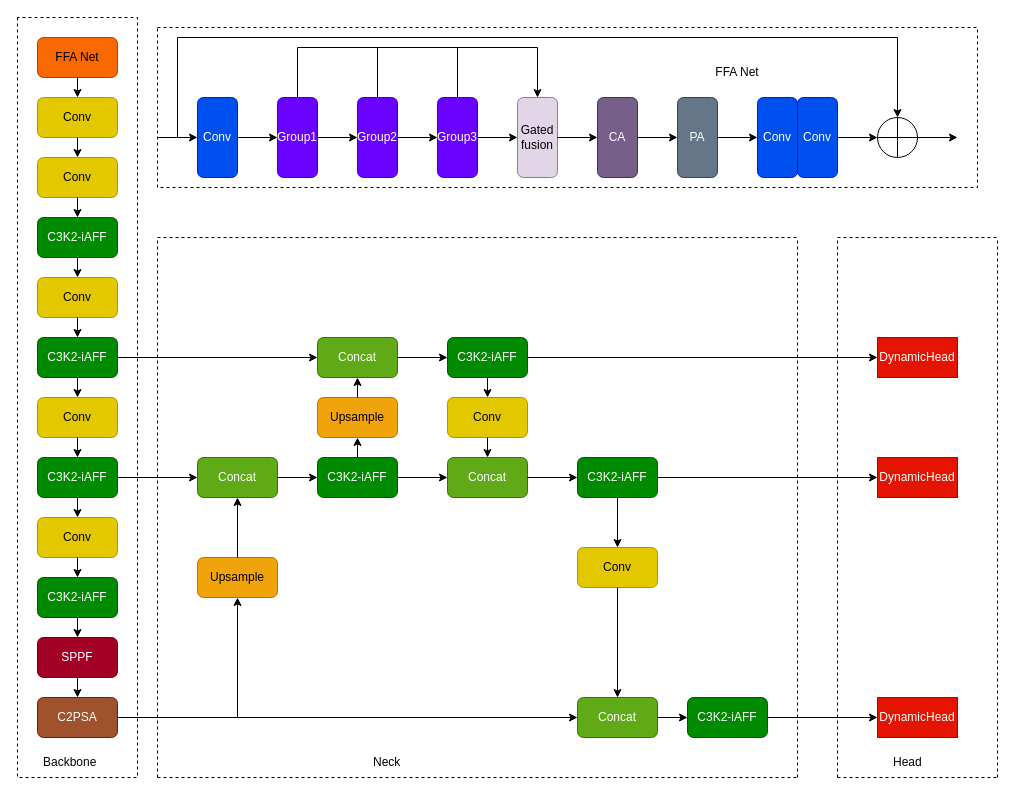
lgq622/long keeps this draw.io diagram as WFD-yolo11.drawio. Above is the earlier version. Source tidied: cells renumbered, new cells numbered last; positions are measured from the earlier drawing's top-left corner, leaving out a move shared by most shapes. Both pictures are drawn from the tidied source at 100%, with x=0, y=0 at pixel (17, 17).
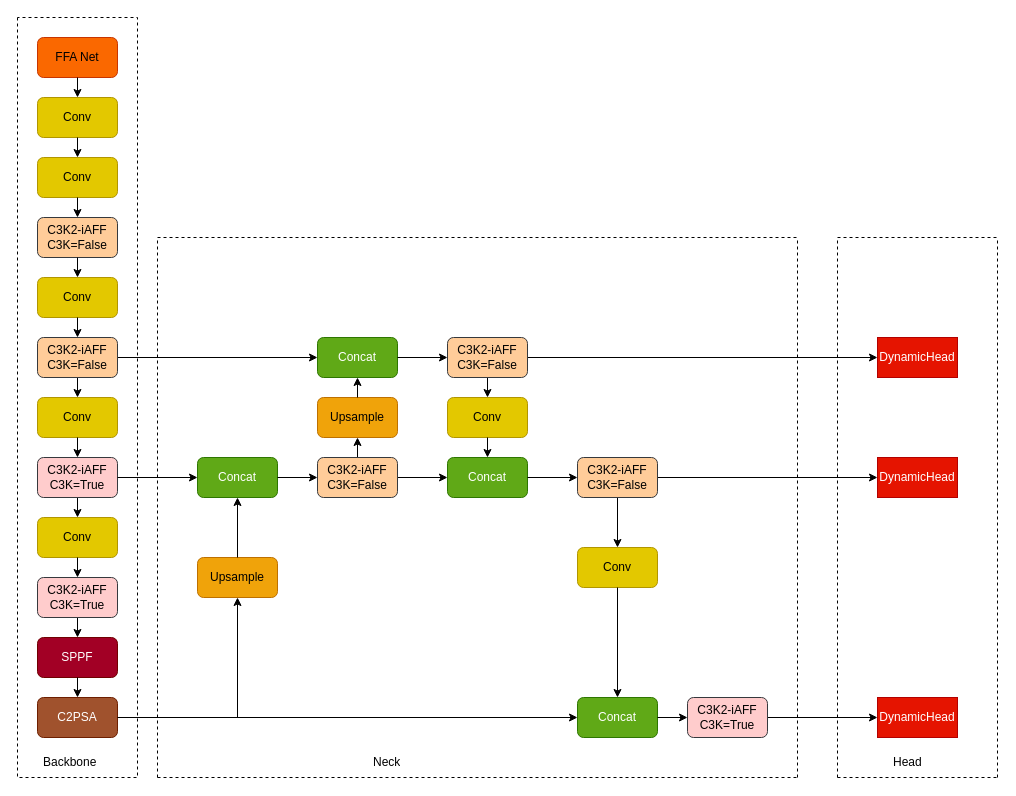
After the change.

The change refers to these unchanged cells:
```xml
<mxCell id="25" value="Concat" style="rounded=1;whiteSpace=wrap;html=1;fillColor=#60a917;fontColor=#ffffff;strokeColor=#2D7600;" parent="1" vertex="1">
  <mxGeometry x="560" y="680" width="80" height="40" as="geometry" />
</mxCell>
<mxCell id="30" value="Concat" style="rounded=1;whiteSpace=wrap;html=1;fillColor=#60a917;fontColor=#ffffff;strokeColor=#2D7600;" parent="1" vertex="1">
  <mxGeometry x="180" y="440" width="80" height="40" as="geometry" />
</mxCell>
<mxCell id="35" value="Upsample" style="rounded=1;whiteSpace=wrap;html=1;fillColor=#f0a30a;fontColor=#000000;strokeColor=#BD7000;" parent="1" vertex="1">
  <mxGeometry x="300" y="380" width="80" height="40" as="geometry" />
</mxCell>
<mxCell id="36" value="Concat" style="rounded=1;whiteSpace=wrap;html=1;fillColor=#60a917;fontColor=#ffffff;strokeColor=#2D7600;" parent="1" vertex="1">
  <mxGeometry x="300" y="320" width="80" height="40" as="geometry" />
</mxCell>
<mxCell id="39" value="Concat" style="rounded=1;whiteSpace=wrap;html=1;fillColor=#60a917;fontColor=#ffffff;strokeColor=#2D7600;" parent="1" vertex="1">
  <mxGeometry x="430" y="440" width="80" height="40" as="geometry" />
</mxCell>
<mxCell id="42" value="Conv" style="rounded=1;whiteSpace=wrap;html=1;fillColor=#e3c800;strokeColor=#B09500;fontColor=#000000;" parent="1" vertex="1">
  <mxGeometry x="430" y="380" width="80" height="40" as="geometry" />
</mxCell>
<mxCell id="47" value="Conv" style="rounded=1;whiteSpace=wrap;html=1;fillColor=#e3c800;strokeColor=#B09500;fontColor=#000000;" parent="1" vertex="1">
  <mxGeometry x="560" y="530" width="80" height="40" as="geometry" />
</mxCell>
<mxCell id="50" value="DynamicHead" style="rounded=0;whiteSpace=wrap;html=1;fillColor=#e51400;strokeColor=#B20000;fontColor=#ffffff;" parent="1" vertex="1">
  <mxGeometry x="860" y="320" width="80" height="40" as="geometry" />
</mxCell>
<mxCell id="68" value="DynamicHead" style="rounded=0;whiteSpace=wrap;html=1;fillColor=#e51400;strokeColor=#B20000;fontColor=#ffffff;" parent="1" vertex="1">
  <mxGeometry x="860" y="440" width="80" height="40" as="geometry" />
</mxCell>
<mxCell id="69" value="DynamicHead" style="rounded=0;whiteSpace=wrap;html=1;fillColor=#e51400;strokeColor=#B20000;fontColor=#ffffff;" parent="1" vertex="1">
  <mxGeometry x="860" y="680" width="80" height="40" as="geometry" />
</mxCell>
```

The edit, as a diff of the source:
```diff
@@
-    <mxCell id="6" value="C3K2-iAFF" style="rounded=1;whiteSpace=wrap;html=1;fillColor=#008a00;fontColor=#ffffff;strokeColor=#005700;direction=west;" parent="1" vertex="1">
+    <mxCell id="6" value="C3K2-iAFF&lt;div&gt;C3K=False&lt;/div&gt;" style="rounded=1;whiteSpace=wrap;html=1;fillColor=#ffcc99;strokeColor=#36393d;direction=west;" parent="1" vertex="1">
       <mxGeometry x="20" y="200" width="80" height="40" as="geometry" />
     </mxCell>
@@
-    <mxCell id="9" style="endArrow=classic;html=1;rounded=0;entryX=0.5;entryY=1;entryDx=0;entryDy=0;" parent="1" edge="1" target="22">
+    <mxCell id="9" style="endArrow=classic;html=1;rounded=0;entryX=0.5;entryY=1;entryDx=0;entryDy=0;" parent="1" edge="1">
       <mxGeometry relative="1" as="geometry">
         <mxPoint x="60" y="300" as="sourcePoint" />
+        <mxPoint x="60" y="320" as="targetPoint" />
       </mxGeometry>
     </mxCell>
@@
-    <mxCell id="16" style="endArrow=classic;html=1;rounded=0;exitX=0.5;exitY=0;exitDx=0;exitDy=0;" parent="1" edge="1" source="24">
+    <mxCell id="16" style="endArrow=classic;html=1;rounded=0;exitX=0.5;exitY=0;exitDx=0;exitDy=0;" parent="1" edge="1">
       <mxGeometry relative="1" as="geometry">
+        <mxPoint x="60" y="600" as="sourcePoint" />
         <mxPoint x="60" y="620" as="targetPoint" />
       </mxGeometry>
     </mxCell>
@@
-    <mxCell id="22" value="C3K2-iAFF" style="rounded=1;whiteSpace=wrap;html=1;fillColor=#008a00;fontColor=#ffffff;strokeColor=#005700;direction=west;" parent="1" vertex="1">
-      <mxGeometry x="20" y="320" width="80" height="40" as="geometry" />
-    </mxCell>
-    <mxCell id="23" value="C3K2-iAFF" style="rounded=1;whiteSpace=wrap;html=1;fillColor=#008a00;fontColor=#ffffff;strokeColor=#005700;direction=west;" parent="1" vertex="1">
+    <mxCell id="23" value="C3K2-iAFF&lt;div&gt;C3K=True&lt;/div&gt;" style="rounded=1;whiteSpace=wrap;html=1;fillColor=#ffcccc;strokeColor=#36393d;direction=west;" parent="1" vertex="1">
       <mxGeometry x="20" y="440" width="80" height="40" as="geometry" />
     </mxCell>
-    <mxCell id="24" value="C3K2-iAFF" style="rounded=1;whiteSpace=wrap;html=1;fillColor=#008a00;fontColor=#ffffff;strokeColor=#005700;direction=west;" parent="1" vertex="1">
-      <mxGeometry x="20" y="560" width="80" height="40" as="geometry" />
-    </mxCell>
@@
-    <mxCell id="26" style="endArrow=classic;html=1;rounded=0;exitX=1;exitY=0.5;exitDx=0;exitDy=0;entryX=0;entryY=0.5;entryDx=0;entryDy=0;" parent="1" edge="1" source="25" target="27">
-      <mxGeometry relative="1" as="geometry" />
+    <mxCell id="26" style="endArrow=classic;html=1;rounded=0;exitX=1;exitY=0.5;exitDx=0;exitDy=0;entryX=0;entryY=0.5;entryDx=0;entryDy=0;" parent="1" edge="1" source="25">
+      <mxGeometry relative="1" as="geometry">
+        <mxPoint x="670" y="700" as="targetPoint" />
+      </mxGeometry>
     </mxCell>
-    <mxCell id="27" value="C3K2-iAFF" style="rounded=1;whiteSpace=wrap;html=1;fillColor=#008a00;fontColor=#ffffff;strokeColor=#005700;" parent="1" vertex="1">
-      <mxGeometry x="670" y="680" width="80" height="40" as="geometry" />
-    </mxCell>
@@
-    <mxCell id="32" style="endArrow=classic;html=1;rounded=0;exitX=1;exitY=0.5;exitDx=0;exitDy=0;entryX=0;entryY=0.5;entryDx=0;entryDy=0;" parent="1" edge="1" source="30" target="33">
-      <mxGeometry relative="1" as="geometry" />
+    <mxCell id="32" style="endArrow=classic;html=1;rounded=0;exitX=1;exitY=0.5;exitDx=0;exitDy=0;entryX=0;entryY=0.5;entryDx=0;entryDy=0;" parent="1" edge="1" source="30">
+      <mxGeometry relative="1" as="geometry">
+        <mxPoint x="300" y="460" as="targetPoint" />
+      </mxGeometry>
     </mxCell>
-    <mxCell id="33" value="C3K2-iAFF" style="rounded=1;whiteSpace=wrap;html=1;fillColor=#008a00;fontColor=#ffffff;strokeColor=#005700;" parent="1" vertex="1">
-      <mxGeometry x="300" y="440" width="80" height="40" as="geometry" />
-    </mxCell>
-    <mxCell id="34" style="endArrow=classic;html=1;rounded=0;exitX=0.5;exitY=0;exitDx=0;exitDy=0;entryX=0.5;entryY=1;entryDx=0;entryDy=0;" parent="1" edge="1" source="33" target="35">
-      <mxGeometry relative="1" as="geometry" />
+    <mxCell id="34" style="endArrow=classic;html=1;rounded=0;exitX=0.5;exitY=0;exitDx=0;exitDy=0;entryX=0.5;entryY=1;entryDx=0;entryDy=0;" parent="1" edge="1" target="35">
+      <mxGeometry relative="1" as="geometry">
+        <mxPoint x="340" y="440" as="sourcePoint" />
+      </mxGeometry>
     </mxCell>
@@
-    <mxCell id="38" style="endArrow=classic;html=1;rounded=0;exitX=1;exitY=0.5;exitDx=0;exitDy=0;entryX=0;entryY=0.5;entryDx=0;entryDy=0;" parent="1" edge="1" source="33" target="39">
-      <mxGeometry relative="1" as="geometry" />
+    <mxCell id="38" style="endArrow=classic;html=1;rounded=0;exitX=1;exitY=0.5;exitDx=0;exitDy=0;entryX=0;entryY=0.5;entryDx=0;entryDy=0;" parent="1" edge="1" target="39">
+      <mxGeometry relative="1" as="geometry">
+        <mxPoint x="380" y="460" as="sourcePoint" />
+      </mxGeometry>
     </mxCell>
@@
-    <mxCell id="40" style="endArrow=classic;html=1;rounded=0;exitX=1;exitY=0.5;exitDx=0;exitDy=0;entryX=0;entryY=0.5;entryDx=0;entryDy=0;" parent="1" edge="1" source="36" target="41">
-      <mxGeometry relative="1" as="geometry" />
+    <mxCell id="40" style="endArrow=classic;html=1;rounded=0;exitX=1;exitY=0.5;exitDx=0;exitDy=0;entryX=0;entryY=0.5;entryDx=0;entryDy=0;" parent="1" edge="1" source="36">
+      <mxGeometry relative="1" as="geometry">
+        <mxPoint x="430" y="340" as="targetPoint" />
+      </mxGeometry>
     </mxCell>
-    <mxCell id="41" value="C3K2-iAFF" style="rounded=1;whiteSpace=wrap;html=1;fillColor=#008a00;strokeColor=#005700;fontColor=#ffffff;" parent="1" vertex="1">
-      <mxGeometry x="430" y="320" width="80" height="40" as="geometry" />
-    </mxCell>
@@
-    <mxCell id="44" style="endArrow=classic;html=1;rounded=0;exitX=0.5;exitY=1;exitDx=0;exitDy=0;entryX=0.5;entryY=0;entryDx=0;entryDy=0;" parent="1" edge="1" source="41" target="42">
-      <mxGeometry relative="1" as="geometry" />
+    <mxCell id="44" style="endArrow=classic;html=1;rounded=0;exitX=0.5;exitY=1;exitDx=0;exitDy=0;entryX=0.5;entryY=0;entryDx=0;entryDy=0;" parent="1" edge="1" target="42">
+      <mxGeometry relative="1" as="geometry">
+        <mxPoint x="470" y="360" as="sourcePoint" />
+      </mxGeometry>
     </mxCell>
-    <mxCell id="45" style="endArrow=classic;html=1;rounded=0;exitX=1;exitY=0.5;exitDx=0;exitDy=0;entryX=0;entryY=0.5;entryDx=0;entryDy=0;" parent="1" edge="1" source="39" target="51">
-      <mxGeometry relative="1" as="geometry" />
+    <mxCell id="45" style="endArrow=classic;html=1;rounded=0;exitX=1;exitY=0.5;exitDx=0;exitDy=0;entryX=0;entryY=0.5;entryDx=0;entryDy=0;" parent="1" edge="1" source="39">
+      <mxGeometry relative="1" as="geometry">
+        <mxPoint x="560" y="460" as="targetPoint" />
+      </mxGeometry>
     </mxCell>
-    <mxCell id="46" style="endArrow=classic;html=1;rounded=0;entryX=0.5;entryY=0;entryDx=0;entryDy=0;exitX=0.5;exitY=1;exitDx=0;exitDy=0;" parent="1" edge="1" source="51" target="47">
-      <mxGeometry relative="1" as="geometry" />
+    <mxCell id="46" style="endArrow=classic;html=1;rounded=0;entryX=0.5;entryY=0;entryDx=0;entryDy=0;exitX=0.5;exitY=1;exitDx=0;exitDy=0;" parent="1" edge="1" target="47">
+      <mxGeometry relative="1" as="geometry">
+        <mxPoint x="600" y="480" as="sourcePoint" />
+      </mxGeometry>
     </mxCell>
@@
-    <mxCell id="49" style="endArrow=classic;html=1;rounded=0;exitX=1;exitY=0.5;exitDx=0;exitDy=0;entryX=0;entryY=0.5;entryDx=0;entryDy=0;" parent="1" edge="1" source="41" target="50">
-      <mxGeometry relative="1" as="geometry" />
+    <mxCell id="49" style="endArrow=classic;html=1;rounded=0;exitX=1;exitY=0.5;exitDx=0;exitDy=0;entryX=0;entryY=0.5;entryDx=0;entryDy=0;" parent="1" edge="1" target="50">
+      <mxGeometry relative="1" as="geometry">
+        <mxPoint x="510" y="340" as="sourcePoint" />
+      </mxGeometry>
     </mxCell>
@@
-    <mxCell id="51" value="C3K2-iAFF" style="rounded=1;whiteSpace=wrap;html=1;fillColor=#008a00;fontColor=#ffffff;strokeColor=#005700;" parent="1" vertex="1">
-      <mxGeometry x="560" y="440" width="80" height="40" as="geometry" />
-    </mxCell>
-    <mxCell id="52" style="endArrow=classic;html=1;rounded=0;exitX=1;exitY=0.5;exitDx=0;exitDy=0;entryX=0;entryY=0.5;entryDx=0;entryDy=0;" parent="1" edge="1" source="51" target="68">
-      <mxGeometry relative="1" as="geometry" />
+    <mxCell id="52" style="endArrow=classic;html=1;rounded=0;exitX=1;exitY=0.5;exitDx=0;exitDy=0;entryX=0;entryY=0.5;entryDx=0;entryDy=0;" parent="1" edge="1" target="68">
+      <mxGeometry relative="1" as="geometry">
+        <mxPoint x="640" y="460" as="sourcePoint" />
+      </mxGeometry>
     </mxCell>
-    <mxCell id="53" style="endArrow=classic;html=1;rounded=0;exitX=1;exitY=0.5;exitDx=0;exitDy=0;entryX=0;entryY=0.5;entryDx=0;entryDy=0;" parent="1" edge="1" source="27" target="69">
-      <mxGeometry relative="1" as="geometry" />
+    <mxCell id="53" style="endArrow=classic;html=1;rounded=0;exitX=1;exitY=0.5;exitDx=0;exitDy=0;entryX=0;entryY=0.5;entryDx=0;entryDy=0;" parent="1" edge="1" target="69">
+      <mxGeometry relative="1" as="geometry">
+        <mxPoint x="750" y="700" as="sourcePoint" />
+      </mxGeometry>
     </mxCell>
@@
-    <mxCell id="66" style="endArrow=classic;html=1;rounded=0;exitX=0;exitY=0.5;exitDx=0;exitDy=0;entryX=0;entryY=0.5;entryDx=0;entryDy=0;" parent="1" edge="1" source="22" target="36">
-      <mxGeometry relative="1" as="geometry" />
+    <mxCell id="66" style="endArrow=classic;html=1;rounded=0;exitX=0;exitY=0.5;exitDx=0;exitDy=0;entryX=0;entryY=0.5;entryDx=0;entryDy=0;" parent="1" edge="1" target="36">
+      <mxGeometry relative="1" as="geometry">
+        <mxPoint x="100" y="340" as="sourcePoint" />
+      </mxGeometry>
     </mxCell>
@@
-    <mxCell id="72" value="Conv" style="rounded=1;whiteSpace=wrap;html=1;fillColor=#0050ef;strokeColor=#001DBC;fontColor=#ffffff;direction=south;" parent="1" vertex="1">
-      <mxGeometry x="180" y="80" width="40" height="80" as="geometry" />
-    </mxCell>
-    <mxCell id="73" value="Group1" style="rounded=1;whiteSpace=wrap;html=1;fillColor=#6a00ff;fontColor=#ffffff;strokeColor=#3700CC;direction=south;" parent="1" vertex="1">
-      <mxGeometry x="260" y="80" width="40" height="80" as="geometry" />
-    </mxCell>
-    <mxCell id="74" value="Gated fusion" style="rounded=1;whiteSpace=wrap;html=1;fillColor=#e1d5e7;strokeColor=#9673a6;direction=south;" parent="1" vertex="1">
-      <mxGeometry x="500" y="80" width="40" height="80" as="geometry" />
-    </mxCell>
-    <mxCell id="75" value="CA" style="rounded=1;whiteSpace=wrap;html=1;fillColor=#76608a;fontColor=#ffffff;strokeColor=#432D57;direction=south;" parent="1" vertex="1">
-      <mxGeometry x="580" y="80" width="40" height="80" as="geometry" />
-    </mxCell>
-    <mxCell id="76" value="PA" style="rounded=1;whiteSpace=wrap;html=1;fillColor=#647687;fontColor=#ffffff;strokeColor=#314354;direction=south;" parent="1" vertex="1">
-      <mxGeometry x="660" y="80" width="40" height="80" as="geometry" />
-    </mxCell>
-    <mxCell id="77" style="endArrow=classic;html=1;rounded=0;" parent="1" edge="1" target="72">
-      <mxGeometry relative="1" as="geometry">
-        <mxPoint x="140" y="120" as="sourcePoint" />
-      </mxGeometry>
-    </mxCell>
-    <mxCell id="78" value="Group2" style="rounded=1;whiteSpace=wrap;html=1;fillColor=#6a00ff;fontColor=#ffffff;strokeColor=#3700CC;direction=south;" parent="1" vertex="1">
-      <mxGeometry x="340" y="80" width="40" height="80" as="geometry" />
-    </mxCell>
-    <mxCell id="79" value="Group3" style="rounded=1;whiteSpace=wrap;html=1;fillColor=#6a00ff;fontColor=#ffffff;strokeColor=#3700CC;direction=south;" parent="1" vertex="1">
-      <mxGeometry x="420" y="80" width="40" height="80" as="geometry" />
-    </mxCell>
-    <mxCell id="80" style="endArrow=classic;html=1;rounded=0;" parent="1" edge="1" source="72">
-      <mxGeometry relative="1" as="geometry">
-        <mxPoint x="260" y="120" as="targetPoint" />
-      </mxGeometry>
-    </mxCell>
-    <mxCell id="81" style="endArrow=classic;html=1;rounded=0;exitX=0.5;exitY=0;exitDx=0;exitDy=0;" parent="1" edge="1" source="73">
-      <mxGeometry relative="1" as="geometry">
-        <mxPoint x="340" y="120" as="targetPoint" />
-      </mxGeometry>
-    </mxCell>
-    <mxCell id="82" style="endArrow=classic;html=1;rounded=0;" parent="1" edge="1" source="78">
-      <mxGeometry relative="1" as="geometry">
-        <mxPoint x="420" y="120" as="targetPoint" />
-      </mxGeometry>
-    </mxCell>
-    <mxCell id="83" style="endArrow=classic;html=1;rounded=0;" parent="1" edge="1" source="79">
-      <mxGeometry relative="1" as="geometry">
-        <mxPoint x="500" y="120" as="targetPoint" />
-      </mxGeometry>
-    </mxCell>
-    <mxCell id="84" style="endArrow=classic;html=1;rounded=0;exitX=0.5;exitY=0;exitDx=0;exitDy=0;" parent="1" edge="1" source="74">
-      <mxGeometry relative="1" as="geometry">
-        <mxPoint x="580" y="120" as="targetPoint" />
-      </mxGeometry>
-    </mxCell>
-    <mxCell id="85" style="endArrow=classic;html=1;rounded=0;exitX=0.5;exitY=0;exitDx=0;exitDy=0;" parent="1" edge="1" source="75">
-      <mxGeometry relative="1" as="geometry">
-        <mxPoint x="660" y="120" as="targetPoint" />
-      </mxGeometry>
-    </mxCell>
-    <mxCell id="86" value="Conv" style="rounded=1;whiteSpace=wrap;html=1;fillColor=#0050ef;strokeColor=#001DBC;fontColor=#ffffff;direction=south;" parent="1" vertex="1">
-      <mxGeometry x="740" y="80" width="40" height="80" as="geometry" />
-    </mxCell>
-    <mxCell id="87" value="Conv" style="rounded=1;whiteSpace=wrap;html=1;fillColor=#0050ef;strokeColor=#001DBC;fontColor=#ffffff;direction=south;" parent="1" vertex="1">
-      <mxGeometry x="780" y="80" width="40" height="80" as="geometry" />
-    </mxCell>
-    <mxCell id="88" style="endArrow=classic;html=1;rounded=0;" parent="1" edge="1" source="76">
-      <mxGeometry relative="1" as="geometry">
-        <mxPoint x="740" y="120" as="targetPoint" />
-      </mxGeometry>
-    </mxCell>
-    <mxCell id="89" style="endArrow=classic;html=1;rounded=0;exitX=0.5;exitY=0;exitDx=0;exitDy=0;" parent="1" edge="1" source="87">
-      <mxGeometry relative="1" as="geometry">
-        <mxPoint x="860" y="120" as="targetPoint" />
-      </mxGeometry>
-    </mxCell>
-    <mxCell id="90" style="endArrow=classic;html=1;rounded=0;entryX=0.5;entryY=0;entryDx=0;entryDy=0;" parent="1" edge="1" target="91">
-      <mxGeometry relative="1" as="geometry">
-        <mxPoint x="160" y="120" as="sourcePoint" />
-        <Array as="points">
-          <mxPoint x="160" y="20" />
-          <mxPoint x="880" y="20" />
-        </Array>
-      </mxGeometry>
-    </mxCell>
-    <mxCell id="91" style="ellipse;whiteSpace=wrap;html=1;" parent="1" vertex="1">
-      <mxGeometry x="860" y="100" width="40" height="40" as="geometry" />
-    </mxCell>
-    <mxCell id="92" style="endArrow=none;html=1;rounded=0;entryX=0.5;entryY=0;entryDx=0;entryDy=0;exitX=0.5;exitY=1;exitDx=0;exitDy=0;" parent="1" edge="1" source="91" target="91">
-      <mxGeometry relative="1" as="geometry" />
-    </mxCell>
-    <mxCell id="93" style="endArrow=none;html=1;rounded=0;exitX=1;exitY=0.5;exitDx=0;exitDy=0;entryX=0;entryY=0.5;entryDx=0;entryDy=0;" parent="1" edge="1" source="91" target="91">
-      <mxGeometry relative="1" as="geometry" />
-    </mxCell>
-    <mxCell id="94" style="endArrow=classic;html=1;rounded=0;" parent="1" edge="1">
-      <mxGeometry relative="1" as="geometry">
-        <mxPoint x="900" y="120" as="sourcePoint" />
-        <mxPoint x="940" y="120" as="targetPoint" />
-      </mxGeometry>
-    </mxCell>
-    <mxCell id="95" style="endArrow=classic;html=1;rounded=0;exitX=0;exitY=0.5;exitDx=0;exitDy=0;entryX=0;entryY=0.5;entryDx=0;entryDy=0;" parent="1" edge="1" source="73" target="74">
-      <mxGeometry relative="1" as="geometry">
-        <Array as="points">
-          <mxPoint x="280" y="30" />
-          <mxPoint x="520" y="30" />
-        </Array>
-      </mxGeometry>
-    </mxCell>
-    <mxCell id="96" style="endArrow=none;html=1;rounded=0;exitX=0;exitY=0.5;exitDx=0;exitDy=0;" parent="1" edge="1" source="78">
-      <mxGeometry relative="1" as="geometry">
-        <mxPoint x="360" y="30" as="targetPoint" />
-      </mxGeometry>
-    </mxCell>
-    <mxCell id="97" style="endArrow=none;html=1;rounded=0;exitX=0;exitY=0.5;exitDx=0;exitDy=0;" parent="1" edge="1" source="79">
-      <mxGeometry relative="1" as="geometry">
-        <mxPoint x="440" y="30" as="targetPoint" />
-      </mxGeometry>
-    </mxCell>
-    <mxCell id="98" style="endArrow=none;dashed=1;html=1;rounded=0;" parent="1" edge="1">
-      <mxGeometry relative="1" as="geometry">
-        <mxPoint x="140" y="10" as="sourcePoint" />
-        <mxPoint x="140" y="10" as="targetPoint" />
-        <Array as="points">
-          <mxPoint x="960" y="10" />
-          <mxPoint x="960" y="170" />
-          <mxPoint x="140" y="170" />
-        </Array>
-      </mxGeometry>
-    </mxCell>
-    <mxCell id="99" value="FFA Net" style="text;html=1;align=center;verticalAlign=middle;whiteSpace=wrap;rounded=0;" parent="1" vertex="1">
-      <mxGeometry x="690" y="40" width="60" height="30" as="geometry" />
-    </mxCell>
+    <mxCell id="100" value="C3K2-iAFF&lt;div&gt;C3K=False&lt;/div&gt;" style="rounded=1;whiteSpace=wrap;html=1;fillColor=#ffcc99;strokeColor=#36393d;direction=west;" parent="1" vertex="1">
+      <mxGeometry x="20" y="320" width="80" height="40" as="geometry" />
+    </mxCell>
+    <mxCell id="101" value="C3K2-iAFF&lt;div&gt;C3K=True&lt;/div&gt;" style="rounded=1;whiteSpace=wrap;html=1;fillColor=#ffcccc;strokeColor=#36393d;direction=west;" parent="1" vertex="1">
+      <mxGeometry x="20" y="560" width="80" height="40" as="geometry" />
+    </mxCell>
+    <mxCell id="102" value="C3K2-iAFF&lt;div&gt;C3K=False&lt;/div&gt;" style="rounded=1;whiteSpace=wrap;html=1;fillColor=#ffcc99;strokeColor=#36393d;direction=west;" parent="1" vertex="1">
+      <mxGeometry x="430" y="320" width="80" height="40" as="geometry" />
+    </mxCell>
+    <mxCell id="103" value="C3K2-iAFF&lt;div&gt;C3K=False&lt;/div&gt;" style="rounded=1;whiteSpace=wrap;html=1;fillColor=#ffcc99;strokeColor=#36393d;direction=west;" parent="1" vertex="1">
+      <mxGeometry x="560" y="440" width="80" height="40" as="geometry" />
+    </mxCell>
+    <mxCell id="104" value="C3K2-iAFF&lt;div&gt;C3K=False&lt;/div&gt;" style="rounded=1;whiteSpace=wrap;html=1;fillColor=#ffcc99;strokeColor=#36393d;direction=west;" parent="1" vertex="1">
+      <mxGeometry x="300" y="440" width="80" height="40" as="geometry" />
+    </mxCell>
+    <mxCell id="105" value="C3K2-iAFF&lt;div&gt;C3K=True&lt;/div&gt;" style="rounded=1;whiteSpace=wrap;html=1;fillColor=#ffcccc;strokeColor=#36393d;direction=west;" parent="1" vertex="1">
+      <mxGeometry x="670" y="680" width="80" height="40" as="geometry" />
+    </mxCell>
```
